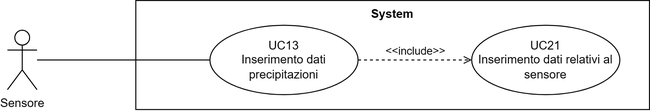
Before: src/3_PB/AnalisiDeiRequisiti/assets/UML/UC13_Inserimento-dati-precipitazioni.png, a diagram exported from draw.io (SWATEngineering/Docs). Source tidied: cells renumbered, new cells last; positions are measured from the earlier drawing's top-left corner, leaving out a move shared by most shapes.
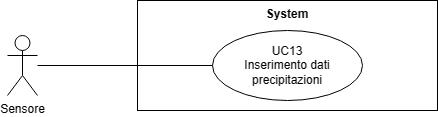
After the change.

What changed in the source:
```diff
@@ -2,23 +2,17 @@
   <root>
     <mxCell id="0" />
     <mxCell id="1" parent="0" />
-    <mxCell id="2" value="Sensore" style="shape=umlActor;verticalLabelPosition=bottom;verticalAlign=top;html=1;outlineConnect=0;" parent="1" vertex="1">
-      <mxGeometry y="30" width="30" height="60" as="geometry" />
+    <mxCell id="2" value="System" style="shape=rect;html=1;verticalAlign=top;fontStyle=1;whiteSpace=wrap;align=center;" parent="1" vertex="1">
+      <mxGeometry x="130" y="320" width="300" height="110" as="geometry" />
     </mxCell>
-    <mxCell id="3" value="System" style="shape=rect;html=1;verticalAlign=top;fontStyle=1;whiteSpace=wrap;align=center;" parent="1" vertex="1">
-      <mxGeometry x="130" width="520" height="110" as="geometry" />
+    <mxCell id="3" value="Sensore" style="shape=umlActor;verticalLabelPosition=bottom;verticalAlign=top;html=1;outlineConnect=0;" parent="1" vertex="1">
+      <mxGeometry y="355" width="30" height="60" as="geometry" />
     </mxCell>
     <mxCell id="4" value="UC13&lt;br&gt;Inserimento dati precipitazioni" style="ellipse;whiteSpace=wrap;html=1;" parent="1" vertex="1">
-      <mxGeometry x="205" y="25" width="150" height="70" as="geometry" />
+      <mxGeometry x="205" y="350" width="150" height="70" as="geometry" />
     </mxCell>
-    <mxCell id="5" style="edgeStyle=none;html=1;endArrow=none;verticalAlign=bottom;rounded=0;" parent="1" edge="1" source="2" target="4">
+    <mxCell id="5" style="edgeStyle=none;html=1;endArrow=none;verticalAlign=bottom;rounded=0;" parent="1" edge="1" source="3" target="4">
       <mxGeometry relative="1" as="geometry" />
     </mxCell>
-    <mxCell id="6" value="UC21&lt;br&gt;Inserimento dati relativi al sensore" style="ellipse;whiteSpace=wrap;html=1;" parent="1" vertex="1">
-      <mxGeometry x="470" y="25" width="150" height="70" as="geometry" />
-    </mxCell>
-    <mxCell id="7" value="&amp;lt;&amp;lt;include&amp;gt;&amp;gt;" style="edgeStyle=none;html=1;endArrow=open;verticalAlign=bottom;dashed=1;labelBackgroundColor=none;rounded=0;" parent="1" edge="1" source="4" target="6">
-      <mxGeometry relative="1" as="geometry" />
-    </mxCell>
   </root>
 </mxGraphModel>
```
